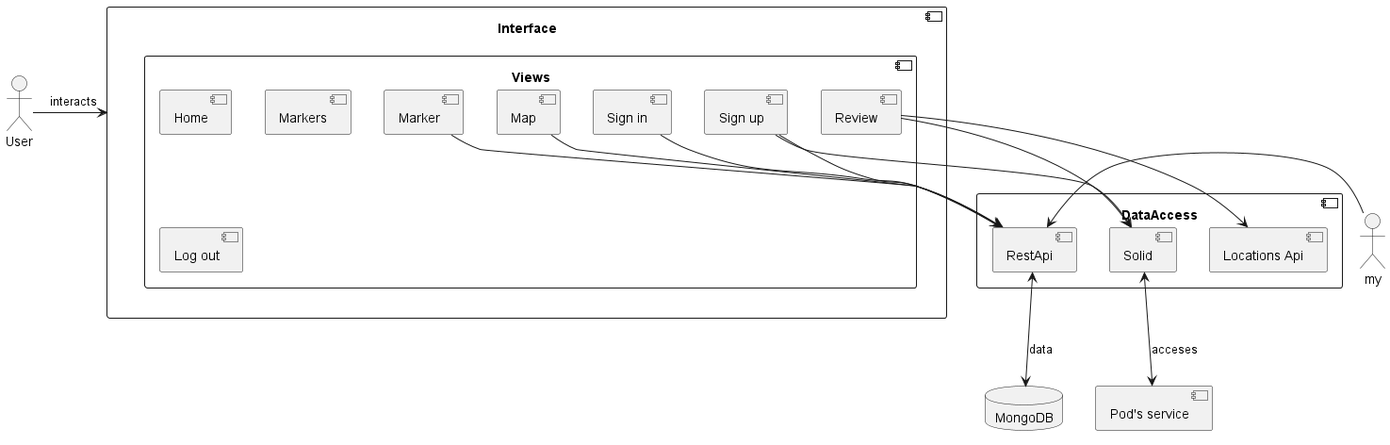
Earlier version of the PlantUML export images/level3.png (Arquisoft/lomap_es3a). Its diagram source:
```plantuml
@startuml
Actor User
Component Interface{
    Component vi as "Views"{
       Component ho as "Home"
       Component marker as "Marker"
       Component mm as "Markers"
       Component map as "Map"
       Component lo as "Sign in"
       Component re as "Sign up"
       Component out as "Log out"
       Component rw as "Review"
    }
}

Component DataAccess{
       Component sol as "Solid"
       Component res as "RestApi"
       Component le as "Locations Api"
}

Component pod as "Pod's service"
Database db as "MongoDB"
User -right->Interface: interacts
re -right-> sol
rw -down-> sol
re-right->res
map-right->res
lo-right->res
marker-right->res
my-right->res
rw -down->le
sol <-down-> pod:acceses
res <-down-> db:data
@enduml
```
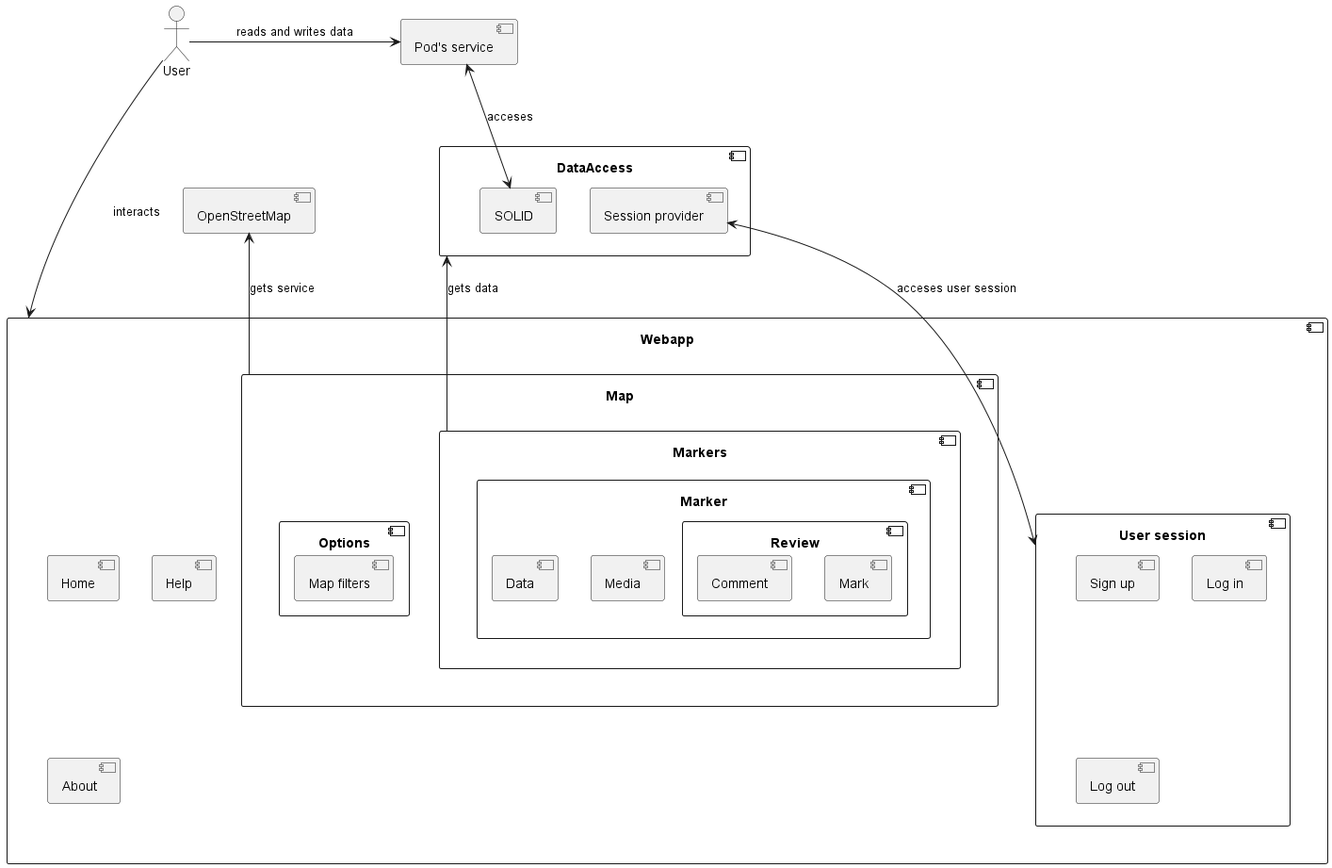
After the change.

Change to the diagram source:
```diff
@@ -1,35 +1,43 @@
 @startuml
 Actor User
-Component Interface{
-    Component vi as "Views"{
-       Component ho as "Home"
-       Component marker as "Marker"
-       Component mm as "Markers"
-       Component map as "Map"
-       Component lo as "Sign in"
-       Component re as "Sign up"
-       Component out as "Log out"
-       Component rw as "Review"
+Component Webapp {
+    Component session as "User session" {
+        Component singup as "Sign up"
+        Component login as "Log in"
+        Component logout as "Log out"
+    }
+    Component home as "Home"
+    Component help as "Help"
+    Component about as "About"
+    Component map as "Map" {
+        Component markers as "Markers" {
+            Component marker as "Marker" {
+                Component media as "Media"
+                Component data as "Data"
+                Component review as "Review" {
+                    Component mark as "Mark"
+                    Component comment as "Comment"
+                }
+            }
+        }
+        Component options as "Options" {
+            Component filters as "Map filters"
+        }
     }
 }
 
 Component DataAccess{
-       Component sol as "Solid"
-       Component res as "RestApi"
-       Component le as "Locations Api"
+    Component solid as "SOLID"
+    Component provider as "Session provider"
 }
 
 Component pod as "Pod's service"
-Database db as "MongoDB"
-User -right->Interface: interacts
-re -right-> sol
-rw -down-> sol
-re-right->res
-map-right->res
-lo-right->res
-marker-right->res
-my-right->res
-rw -down->le
-sol <-down-> pod:acceses
-res <-down-> db:data
+Component mapapi as "OpenStreetMap"
+
+User -down-> Webapp: interacts
+User -right-> pod: reads and writes data
+session <-up-> provider: acceses user session
+map -up-> mapapi: gets service
+markers -up-> DataAccess: gets data
+solid <-up-> pod:acceses
 @enduml
```
